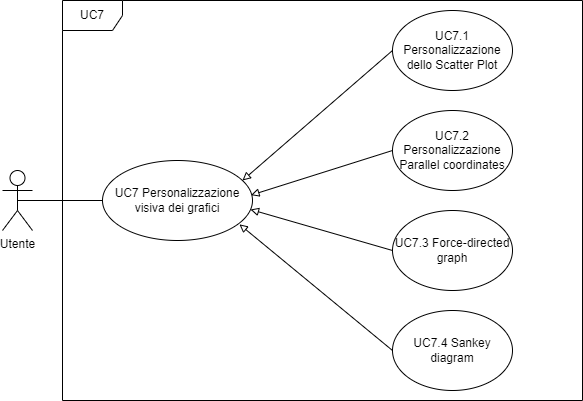
Club-Swendwich/Documenti keeps this draw.io diagram as assets/personalizzazioneVisivaGrafici.drawio.png. Above is the earlier version. Source tidied: cells renumbered, new cells last; positions are measured from the earlier drawing's top-left corner, leaving out a move shared by most shapes.
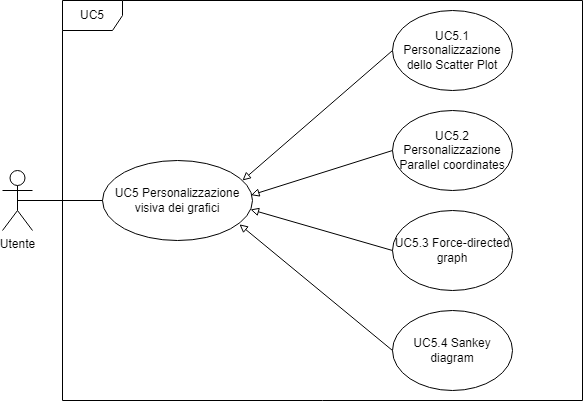
The same file after the commit.

Change to the diagram source:
```diff
@@ -5,22 +5,22 @@
     <mxCell id="2" value="Utente" style="shape=umlActor;verticalLabelPosition=bottom;verticalAlign=top;html=1;outlineConnect=0;" parent="1" vertex="1">
       <mxGeometry y="170" width="30" height="60" as="geometry" />
     </mxCell>
-    <mxCell id="3" value="UC7" style="shape=umlFrame;whiteSpace=wrap;html=1;" parent="1" vertex="1">
+    <mxCell id="3" value="UC5" style="shape=umlFrame;whiteSpace=wrap;html=1;" parent="1" vertex="1">
       <mxGeometry x="60" width="520" height="400" as="geometry" />
     </mxCell>
-    <mxCell id="4" value="UC7 Personalizzazione visiva dei grafici" style="ellipse;whiteSpace=wrap;html=1;" parent="1" vertex="1">
+    <mxCell id="4" value="UC5 Personalizzazione visiva dei grafici" style="ellipse;whiteSpace=wrap;html=1;" parent="1" vertex="1">
       <mxGeometry x="100" y="160" width="150" height="80" as="geometry" />
     </mxCell>
-    <mxCell id="5" value="UC7.1 Personalizzazione dello Scatter Plot" style="ellipse;whiteSpace=wrap;html=1;" parent="1" vertex="1">
+    <mxCell id="5" value="UC5.1 Personalizzazione dello Scatter Plot" style="ellipse;whiteSpace=wrap;html=1;" parent="1" vertex="1">
       <mxGeometry x="390" y="10" width="120" height="80" as="geometry" />
     </mxCell>
-    <mxCell id="6" value="UC7.2 Personalizzazione Parallel coordinates" style="ellipse;whiteSpace=wrap;html=1;" parent="1" vertex="1">
+    <mxCell id="6" value="UC5.2 Personalizzazione Parallel coordinates" style="ellipse;whiteSpace=wrap;html=1;" parent="1" vertex="1">
       <mxGeometry x="390" y="110" width="120" height="80" as="geometry" />
     </mxCell>
-    <mxCell id="7" value="UC7.3 Force-directed graph" style="ellipse;whiteSpace=wrap;html=1;" parent="1" vertex="1">
+    <mxCell id="7" value="UC5.3 Force-directed graph" style="ellipse;whiteSpace=wrap;html=1;" parent="1" vertex="1">
       <mxGeometry x="390" y="210" width="120" height="80" as="geometry" />
     </mxCell>
-    <mxCell id="8" value="UC7.4 Sankey diagram" style="ellipse;whiteSpace=wrap;html=1;" parent="1" vertex="1">
+    <mxCell id="8" value="UC5.4 Sankey diagram" style="ellipse;whiteSpace=wrap;html=1;" parent="1" vertex="1">
       <mxGeometry x="390" y="310" width="120" height="80" as="geometry" />
     </mxCell>
     <mxCell id="9" style="endArrow=block;html=1;rounded=0;entryX=0.933;entryY=0.25;entryDx=0;entryDy=0;exitX=0;exitY=0.5;exitDx=0;exitDy=0;endFill=0;entryPerimeter=0;" parent="1" edge="1" source="5" target="4">
```
